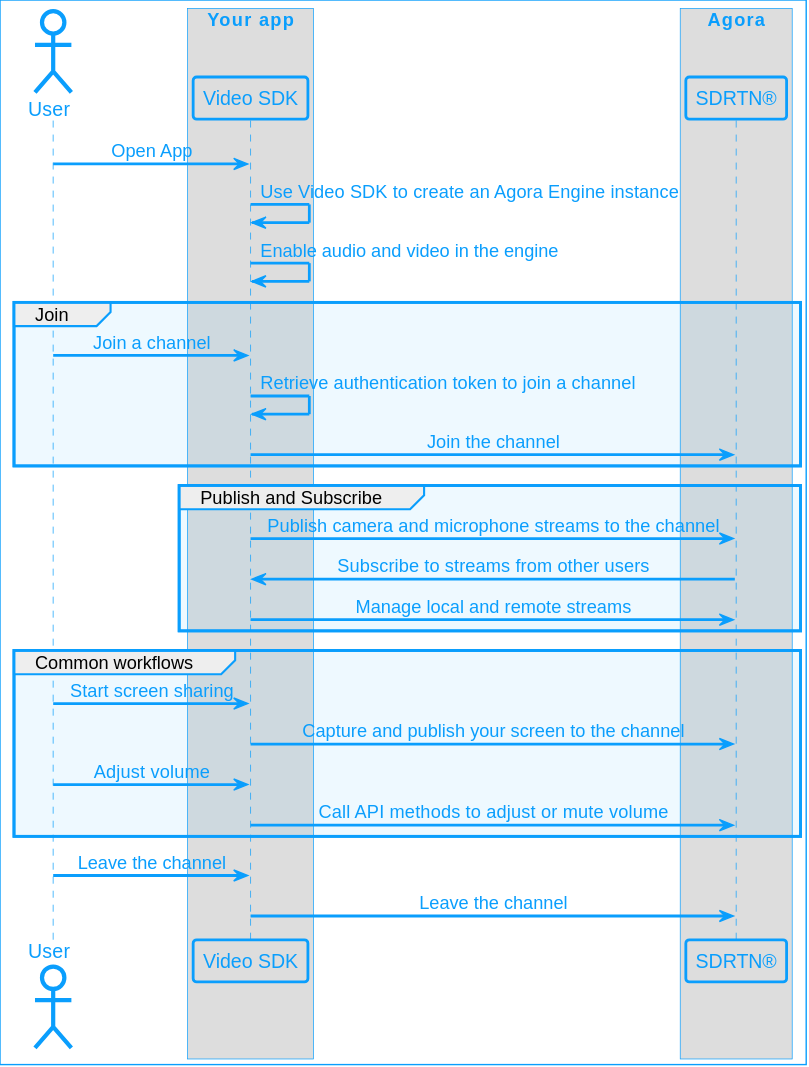
Earlier version of the PlantUML export assets/images/rtc-sdk/product-workflow.svg (AgoraIO/Docs-Source). Source of this version:
```plantuml
@startuml
!include agora_skin.iuml

actor "User" as USR

box "Your app"
participant "Video SDK" as APP
end box

box "Agora"
participant "SDRTN®" as API
end box

USR -> APP: Open App
APP -> APP: Use Video SDK to create an Agora Engine instance
APP -> APP: Enable audio and video in the engine

group Join
USR -> APP: Join a channel
APP->APP: Retrieve authentication token to join a channel
APP -> API: Join the channel
end

group Publish and Subscribe
APP -> API: Publish camera and microphone streams to the channel
API -> APP: Subscribe to streams from other users
APP -> API: Manage local and remote streams
end

group Common workflows
USR -> APP: Start screen sharing
APP -> API: Capture and publish your screen to the channel
USR -> APP: Adjust volume
APP -> API: Call API methods to adjust or mute volume
end

USR -> APP: Leave the channel
APP -> API: Leave the channel
@enduml
```
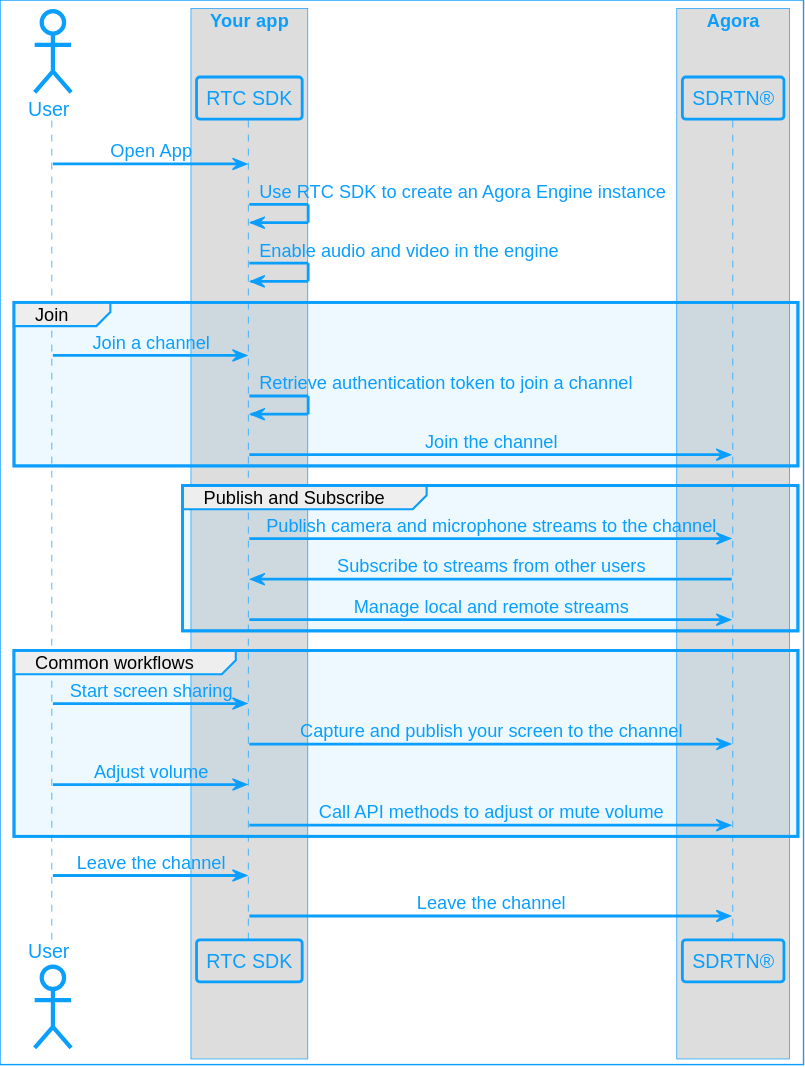
Above is the later version.

Diff of the diagram source:
```diff
@@ -4,7 +4,7 @@
 actor "User" as USR
 
 box "Your app"
-participant "Video SDK" as APP
+participant "RTC SDK" as APP
 end box
 
 box "Agora"
@@ -12,7 +12,7 @@
 end box
 
 USR -> APP: Open App
-APP -> APP: Use Video SDK to create an Agora Engine instance
+APP -> APP: Use RTC SDK to create an Agora Engine instance
 APP -> APP: Enable audio and video in the engine
 
 group Join
```
